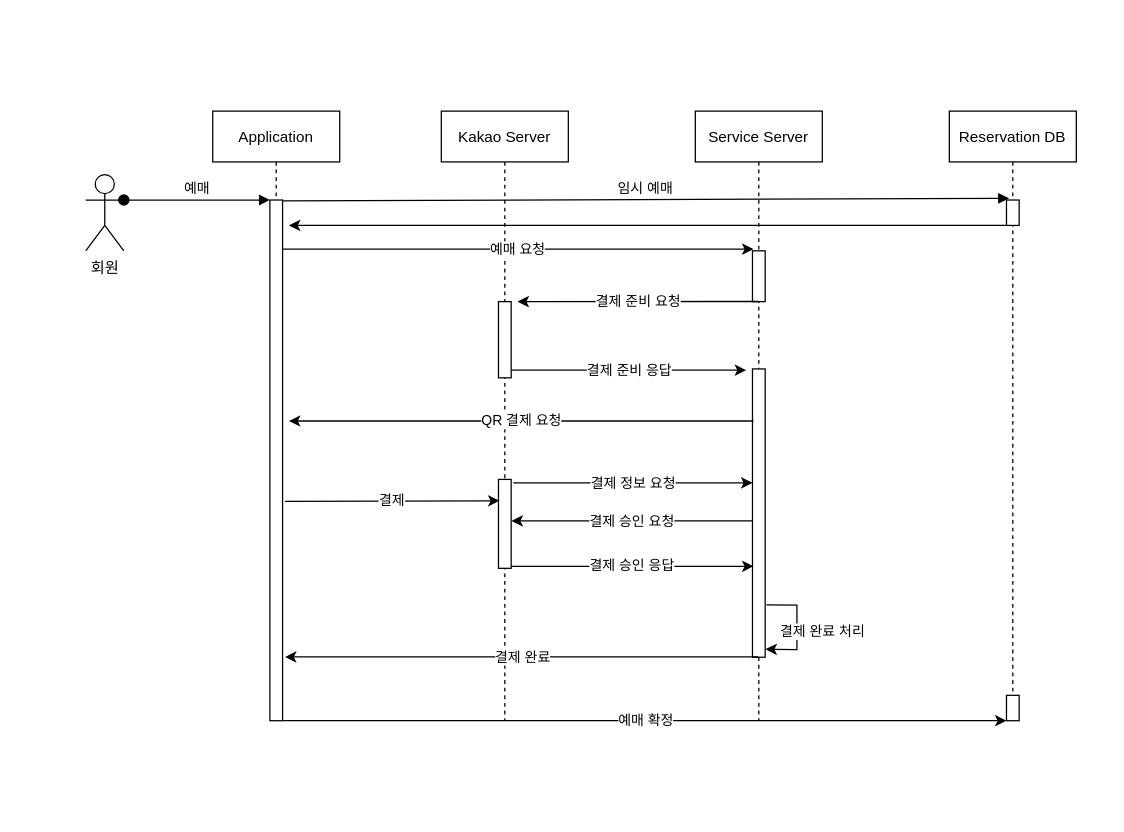
The draw.io diagram khFinalproject/src/main/resources/flow_chart/Untitled Diagram.drawio in EUIDONGKIM/MovieWorld, before the edit. Source tidied: cells renumbered, new cells numbered last; positions are measured from the earlier drawing's top-left corner, leaving out a move shared by most shapes. Both pictures are drawn from the tidied source at 127%, with x=0, y=0 at pixel (85, 110).
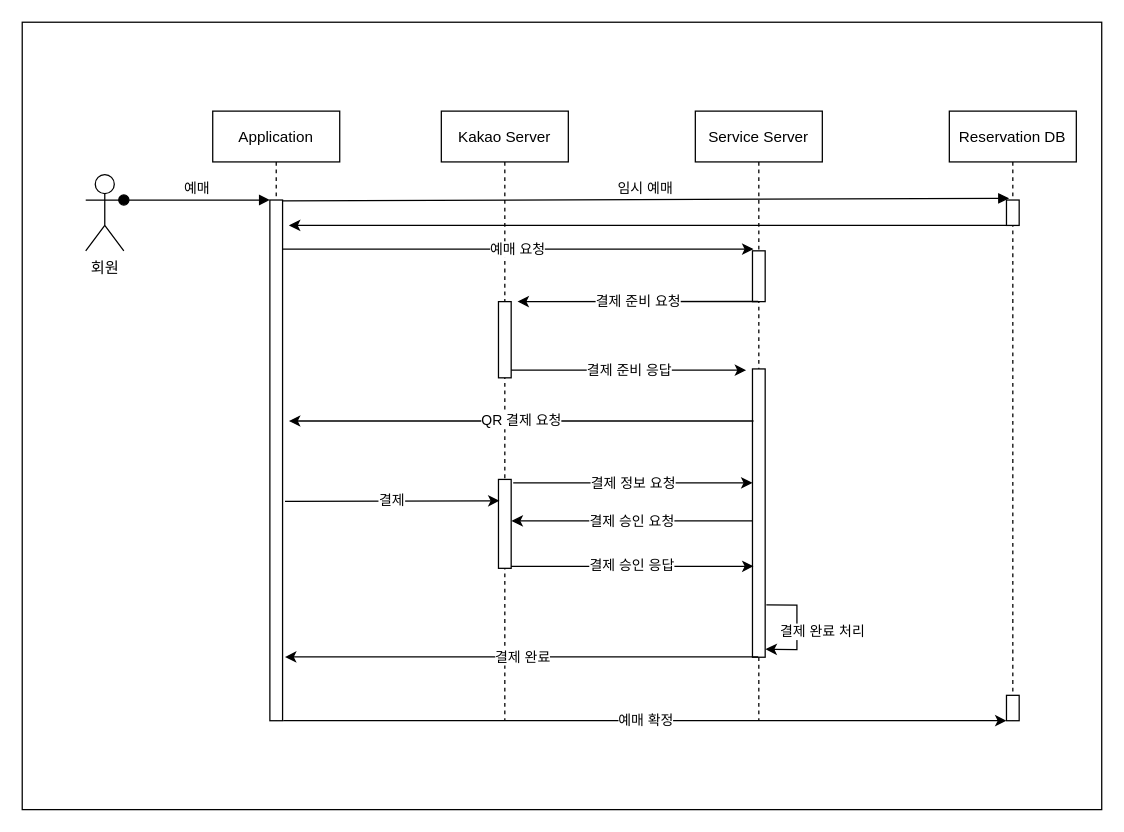
Above is the later version.

Diff of the diagram source:
```diff
@@
+    <mxCell id="28" style="rounded=0;whiteSpace=wrap;html=1;" parent="1" vertex="1">
+      <mxGeometry x="-50" y="-70" width="850" height="620" as="geometry" />
+    </mxCell>
```
